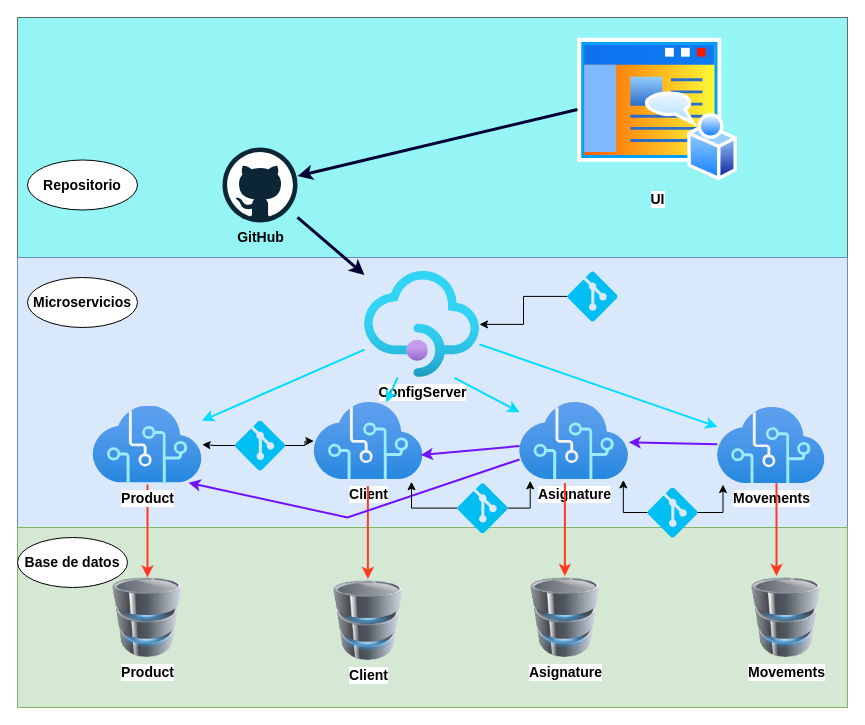
This is Untitled Diagram.drawio from yanfranco18/DiagramMicro, a draw.io file, before an edit. Source tidied: cells renumbered, new cells numbered last; positions are measured from the earlier drawing's top-left corner, leaving out a move shared by most shapes. Both pictures are drawn from the tidied source at 100%, with x=0, y=0 at pixel (17, 17). Pictures stored in the file or linked from it are replaced by grey dashed boxes.
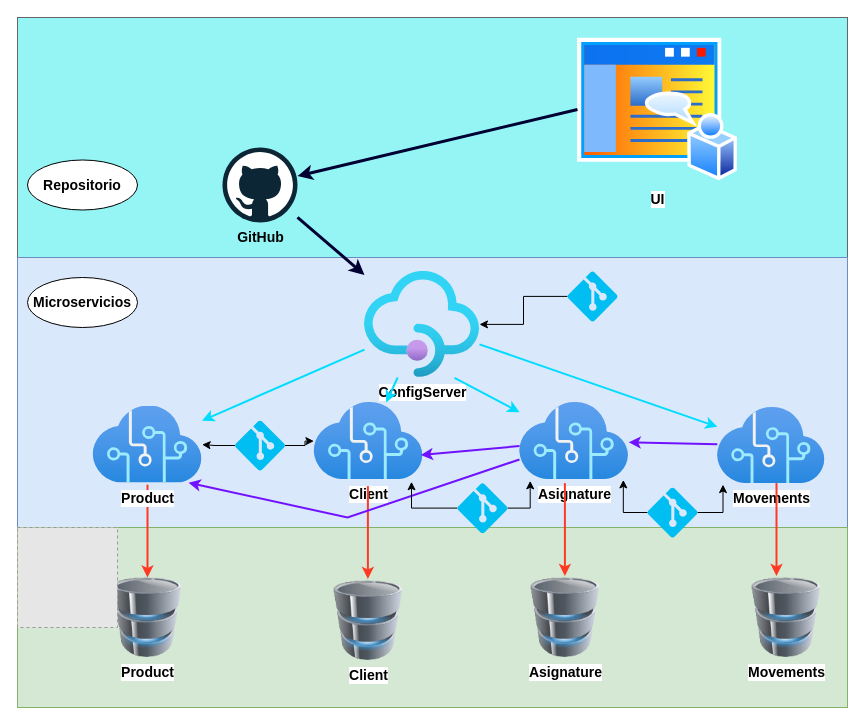
The same diagram, later.

The edit, as a diff of the source:
```diff
@@
-    <mxCell id="30" value="Base de datos" style="ellipse;whiteSpace=wrap;html=1;align=center;newEdgeStyle={&quot;edgeStyle&quot;:&quot;entityRelationEdgeStyle&quot;,&quot;startArrow&quot;:&quot;none&quot;,&quot;endArrow&quot;:&quot;none&quot;,&quot;segment&quot;:10,&quot;curved&quot;:1};fontSize=14;fillColor=#FFFFFF;fontStyle=1;" parent="1" vertex="1">
-      <mxGeometry y="520" width="110" height="50" as="geometry" />
-    </mxCell>
@@
+    <mxCell id="43" style="fillColor=#E6E6E6;strokeColor=#999999;dashed=1;verticalLabelPosition=bottom;labelBackgroundColor=default;verticalAlign=top;" parent="1" vertex="1">
+      <mxGeometry y="510" width="100" height="100" as="geometry" />
+    </mxCell>
```
